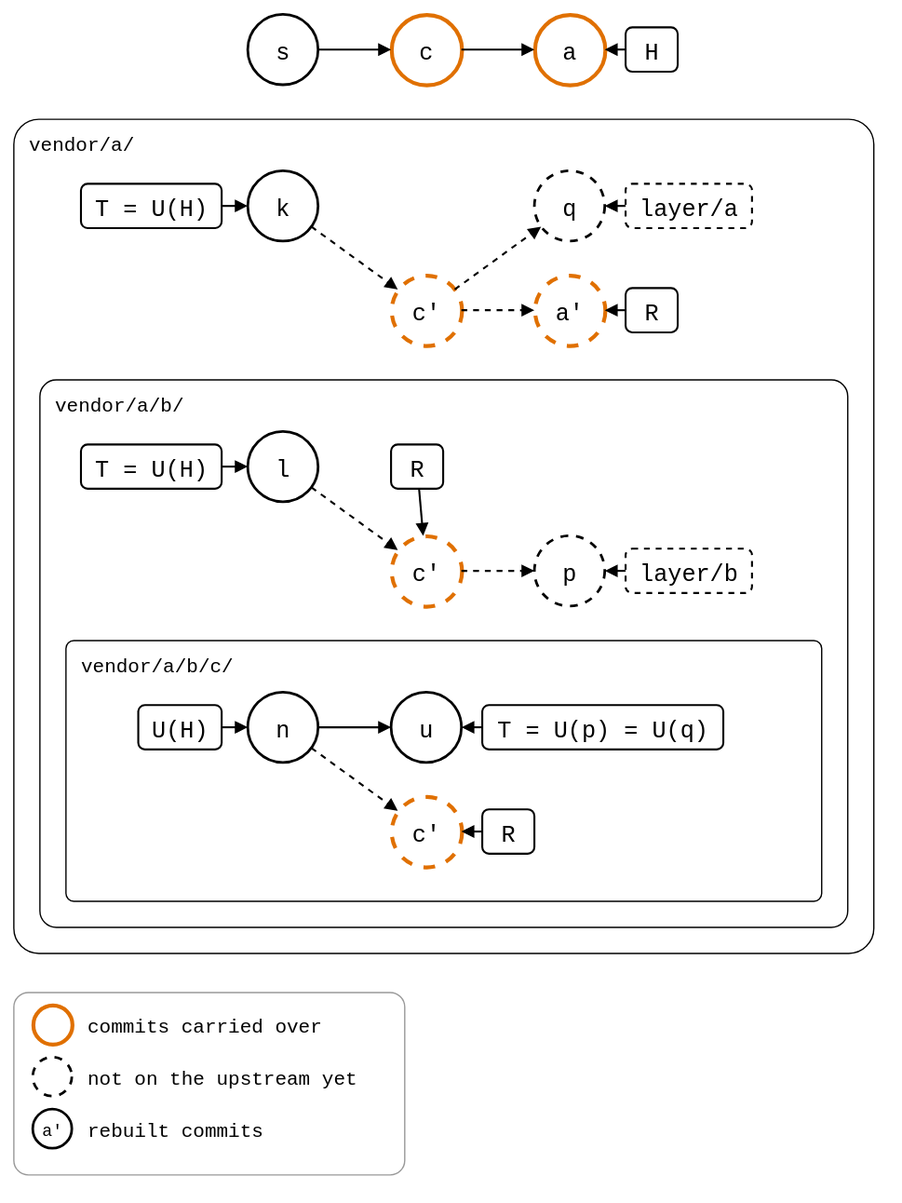
Earlier version of the draw.io export docs/09-scenarios/05-nested-splices/01-nested-splices/02-three-levels/levels-monorepo-moved-on.drawio.svg (roschaefer/git-splice). Source tidied: cells renumbered, new cells last; positions are measured from the earlier drawing's top-left corner, leaving out a move shared by most shapes.
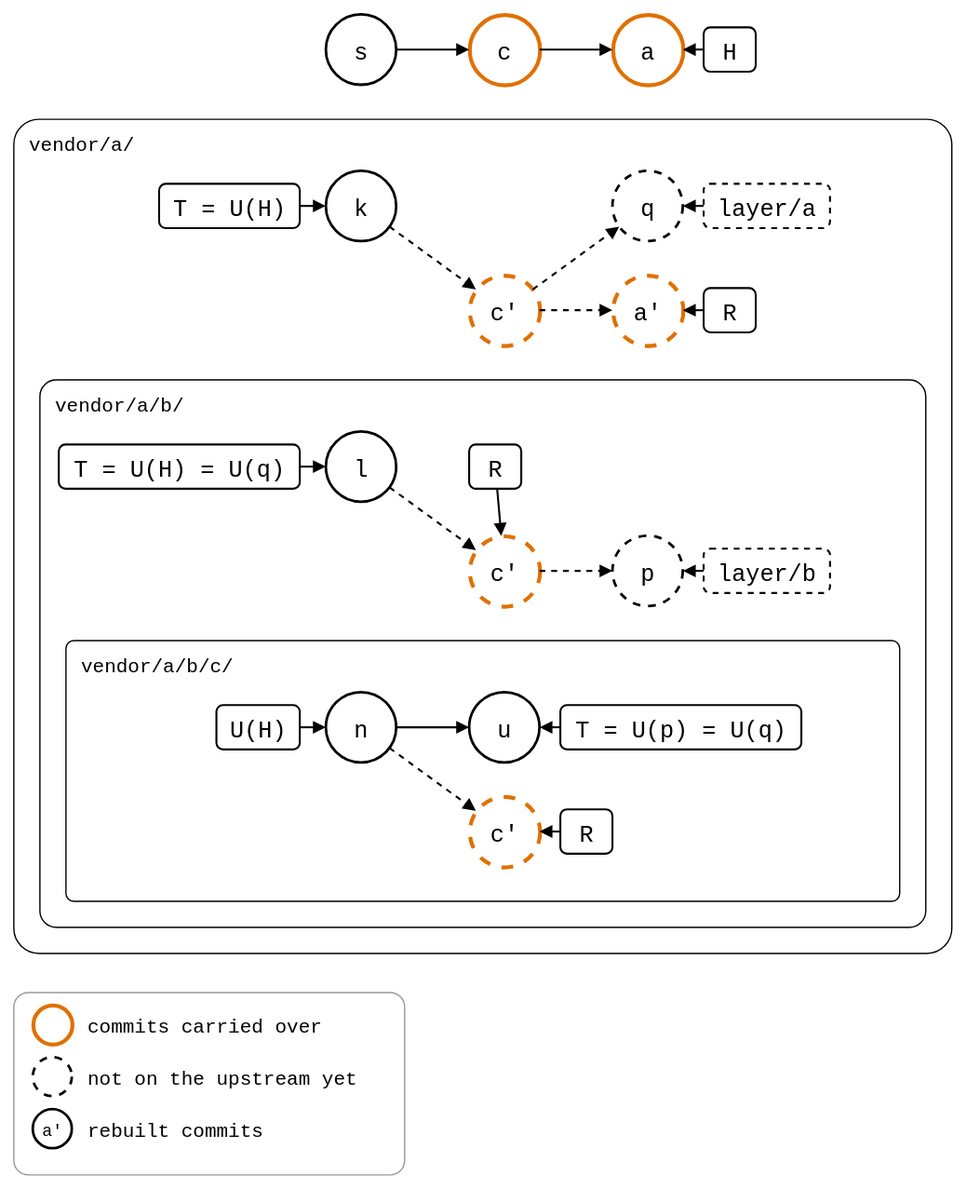
The same file after the commit.

The edit, as a diff of the source:
```diff
@@ -3,13 +3,13 @@
     <mxCell id="0" />
     <mxCell id="1" parent="0" />
     <mxCell id="2" value="vendor/a/" style="rounded=1;arcSize=3;fillColor=none;strokeWidth=1;fontSize=15;verticalAlign=top;align=left;spacingLeft=10;spacingTop=4;fontFamily=Roboto Mono,monospace;" parent="1" vertex="1">
-      <mxGeometry y="80" width="660" height="640" as="geometry" />
+      <mxGeometry x="-60" y="80" width="720" height="640" as="geometry" />
     </mxCell>
     <mxCell id="3" value="vendor/a/b/" style="rounded=1;arcSize=3;fillColor=none;strokeWidth=1;fontSize=15;verticalAlign=top;align=left;spacingLeft=10;spacingTop=4;fontFamily=Roboto Mono,monospace;" parent="1" vertex="1">
-      <mxGeometry x="20" y="280" width="620" height="420" as="geometry" />
+      <mxGeometry x="-40" y="280" width="680" height="420" as="geometry" />
     </mxCell>
     <mxCell id="4" value="vendor/a/b/c/" style="rounded=1;arcSize=3;fillColor=none;strokeWidth=1;fontSize=15;verticalAlign=top;align=left;spacingLeft=10;spacingTop=4;fontFamily=Roboto Mono,monospace;" parent="1" vertex="1">
-      <mxGeometry x="40" y="480" width="580" height="200" as="geometry" />
+      <mxGeometry x="-20" y="480" width="640" height="200" as="geometry" />
     </mxCell>
     <mxCell id="5" value="s" style="ellipse;strokeWidth=2;fontSize=18;fontFamily=Roboto Mono,monospace;" parent="1" vertex="1">
       <mxGeometry x="180" width="54" height="54" as="geometry" />
@@ -71,8 +71,8 @@
     <mxCell id="24" style="endArrow=block;endFill=1;html=1;strokeWidth=1.5;rounded=0;" parent="1" edge="1" source="23" target="12">
       <mxGeometry relative="1" as="geometry" />
     </mxCell>
-    <mxCell id="25" value="T = U(H)" style="rounded=1;strokeWidth=1.5;fontSize=18;fontFamily=Roboto Mono,monospace;" parent="1" vertex="1">
-      <mxGeometry x="52" y="330" width="108" height="34" as="geometry" />
+    <mxCell id="25" value="T = U(H) = U(q)" style="rounded=1;strokeWidth=1.5;fontSize=18;fontFamily=Roboto Mono,monospace;" parent="1" vertex="1">
+      <mxGeometry x="-25" y="330" width="185" height="34" as="geometry" />
     </mxCell>
     <mxCell id="26" style="endArrow=block;endFill=1;html=1;strokeWidth=1.5;rounded=0;" parent="1" edge="1" source="25" target="15">
       <mxGeometry relative="1" as="geometry" />
@@ -138,7 +138,7 @@
       <mxGeometry relative="1" as="geometry" />
     </mxCell>
     <mxCell id="47" style="rounded=1;arcSize=8;fillColor=none;strokeColor=#999999;strokeWidth=1;legend=1;" parent="1" vertex="1">
-      <mxGeometry y="750" width="300" height="140" as="geometry" />
+      <mxGeometry x="-60" y="750" width="300" height="140" as="geometry" />
     </mxCell>
     <mxCell id="48" style="ellipse;fontSize=13;fontFamily=Roboto Mono,monospace;strokeWidth=2;strokeColor=#E07000;strokeWidth=3;" parent="47" vertex="1">
       <mxGeometry x="15" y="10" width="30" height="30" as="geometry" />
```
